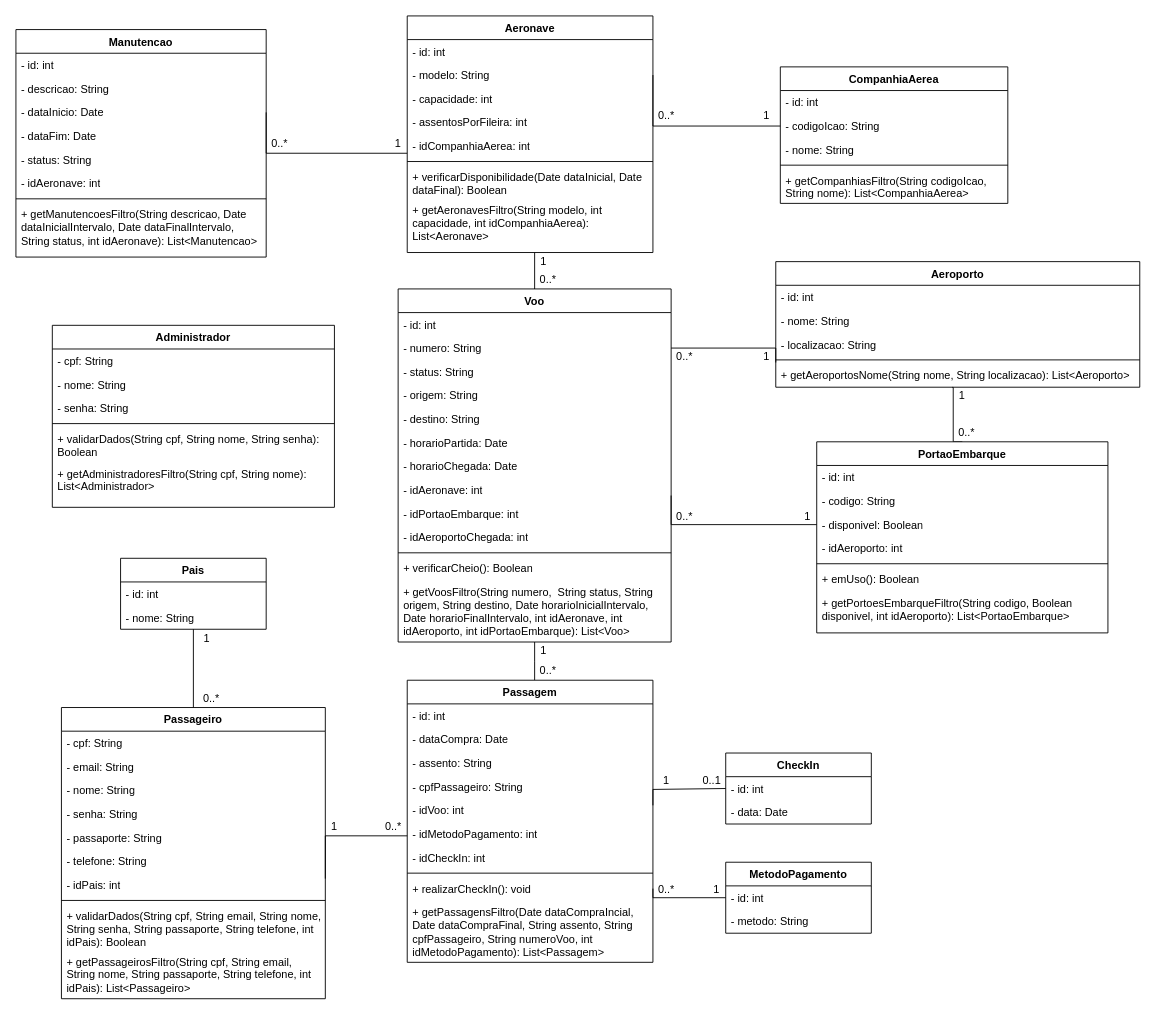
This is Diagramas/Eng_de_Software/Modelos/Classes.drawio from GabrielGMori/trabalho-conclus-o-ano, a draw.io file, before an edit. Source tidied: cells renumbered, new cells numbered last; positions are measured from the earlier drawing's top-left corner, leaving out a move shared by most shapes. Both pictures are drawn from the tidied source at 91%, with x=0, y=0 at pixel (15, 15).
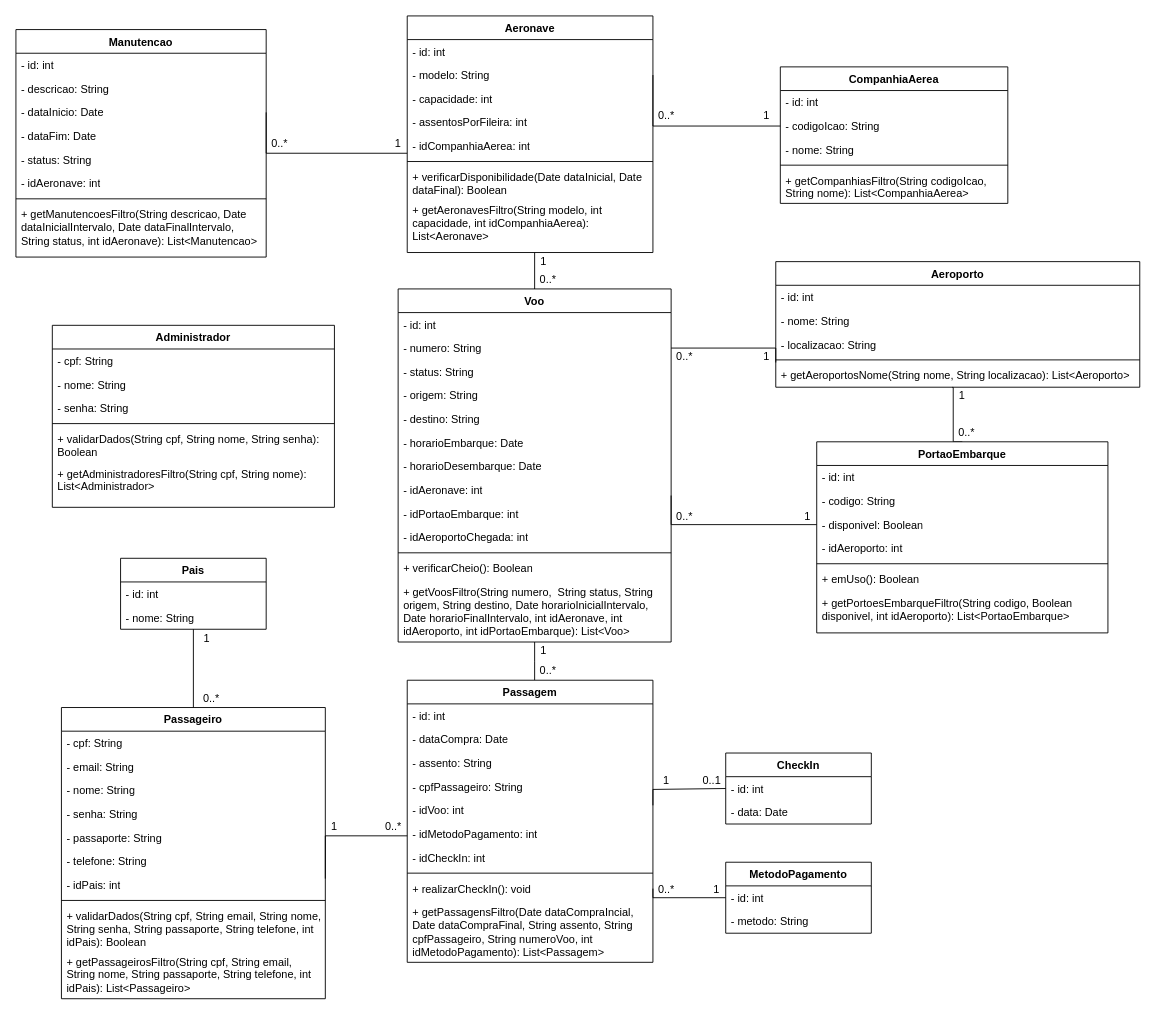
Above is the later version.

The change refers to these unchanged cells:
```xml
<mxCell id="29" value="Voo" style="swimlane;fontStyle=1;align=center;verticalAlign=top;horizontal=1;startSize=26;whiteSpace=wrap;html=1;" parent="1" vertex="1">
  <mxGeometry x="420" y="300" width="300" height="388" as="geometry" />
</mxCell>
```

What changed in the source:
```diff
@@
-    <mxCell id="35" value="- horarioPartida: Date" style="text;strokeColor=none;fillColor=none;align=left;verticalAlign=top;spacingLeft=4;spacingRight=4;overflow=hidden;whiteSpace=wrap;html=1;" parent="29" vertex="1">
+    <mxCell id="35" value="- horarioEmbarque: Date" style="text;strokeColor=none;fillColor=none;align=left;verticalAlign=top;spacingLeft=4;spacingRight=4;overflow=hidden;whiteSpace=wrap;html=1;" parent="29" vertex="1">
       <mxGeometry y="156" width="300" height="26" as="geometry" />
     </mxCell>
-    <mxCell id="36" value="- horarioChegada: Date" style="text;strokeColor=none;fillColor=none;align=left;verticalAlign=top;spacingLeft=4;spacingRight=4;overflow=hidden;whiteSpace=wrap;html=1;" parent="29" vertex="1">
+    <mxCell id="36" value="- horarioDesembarque: Date" style="text;strokeColor=none;fillColor=none;align=left;verticalAlign=top;spacingLeft=4;spacingRight=4;overflow=hidden;whiteSpace=wrap;html=1;" parent="29" vertex="1">
       <mxGeometry y="182" width="300" height="26" as="geometry" />
     </mxCell>
```
